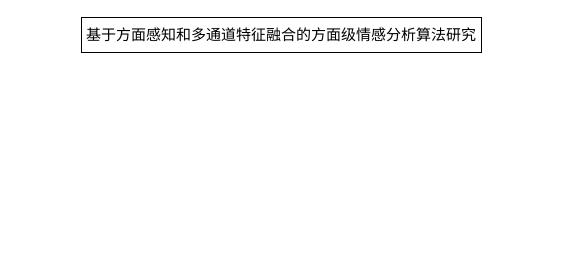
This is machine-learning/organizationStructure.drawio from zhaicao/images, a draw.io file, before an edit. Source tidied: cells renumbered, new cells numbered last; positions are measured from the earlier drawing's top-left corner, leaving out a move shared by most shapes. Both pictures are drawn from the tidied source at 100%, with x=0, y=0 at pixel (81, 17).
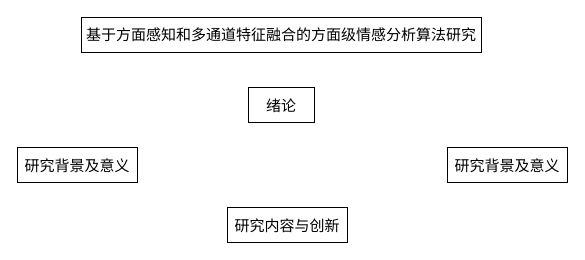
Above is the later version.

Diff of the diagram source:
```diff
@@
 <mxGraphModel>
   <root>
     <mxCell id="0" />
     <mxCell id="1" parent="0" />
     <mxCell id="2" value="&lt;font&gt;&lt;font style=&quot;text-align: left;&quot;&gt;&lt;span style=&quot;line-height: 22.5px; font-family: 黑体;&quot;&gt;基于方面感知和多通道特征融合的&lt;/span&gt;&lt;/font&gt;&lt;span style=&quot;color: light-dark(rgb(0, 0, 0), rgb(255, 255, 255)); text-align: left; background-color: transparent; font-family: 黑体;&quot;&gt;方面级情感分析算法研究&lt;/span&gt;&lt;/font&gt;" style="rounded=0;whiteSpace=wrap;html=1;fontSize=15;" parent="1" vertex="1">
       <mxGeometry width="400" height="35" as="geometry" />
     </mxCell>
+    <mxCell id="3" value="&lt;div style=&quot;text-align: left;&quot;&gt;&lt;span style=&quot;background-color: transparent; color: light-dark(rgb(0, 0, 0), rgb(255, 255, 255));&quot;&gt;&lt;font face=&quot;黑体&quot;&gt;绪论&lt;/font&gt;&lt;/span&gt;&lt;/div&gt;" style="rounded=0;whiteSpace=wrap;html=1;fontSize=15;" parent="1" vertex="1">
+      <mxGeometry x="167" y="70" width="66" height="35" as="geometry" />
+    </mxCell>
+    <mxCell id="4" value="&lt;div style=&quot;text-align: left;&quot;&gt;&lt;span style=&quot;background-color: transparent; color: light-dark(rgb(0, 0, 0), rgb(255, 255, 255));&quot;&gt;&lt;font face=&quot;黑体&quot;&gt;研究背景及意义&lt;/font&gt;&lt;/span&gt;&lt;/div&gt;" style="rounded=0;whiteSpace=wrap;html=1;fontSize=15;" parent="1" vertex="1">
+      <mxGeometry x="-64" y="130" width="120" height="35" as="geometry" />
+    </mxCell>
+    <mxCell id="5" value="&lt;div style=&quot;text-align: left;&quot;&gt;&lt;span style=&quot;background-color: transparent; color: light-dark(rgb(0, 0, 0), rgb(255, 255, 255));&quot;&gt;&lt;font face=&quot;黑体&quot;&gt;研究背景及意义&lt;/font&gt;&lt;/span&gt;&lt;/div&gt;" style="rounded=0;whiteSpace=wrap;html=1;fontSize=15;" parent="1" vertex="1">
+      <mxGeometry x="366" y="130" width="120" height="35" as="geometry" />
+    </mxCell>
+    <mxCell id="6" value="&lt;div style=&quot;text-align: left;&quot;&gt;&lt;span style=&quot;background-color: transparent; color: light-dark(rgb(0, 0, 0), rgb(255, 255, 255));&quot;&gt;&lt;font face=&quot;黑体&quot;&gt;研究内容与创新&lt;/font&gt;&lt;/span&gt;&lt;/div&gt;" style="rounded=0;whiteSpace=wrap;html=1;fontSize=15;" parent="1" vertex="1">
+      <mxGeometry x="146" y="190" width="120" height="35" as="geometry" />
+    </mxCell>
   </root>
 </mxGraphModel>
```
